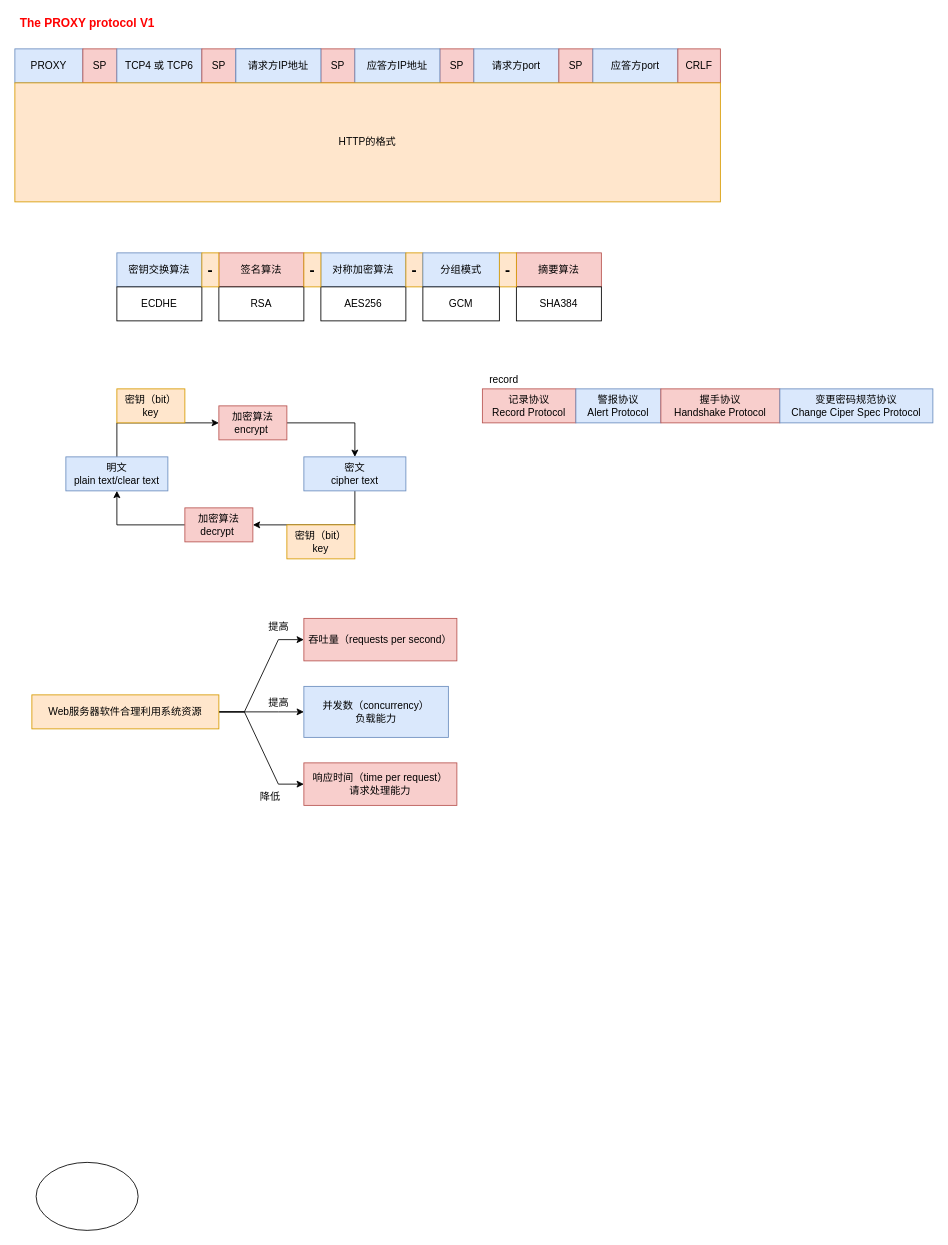
moonlightop/Blog keeps this draw.io diagram as HTTp.drawio. Above is the earlier version. Source tidied: cells renumbered, new cells numbered last; positions are measured from the earlier drawing's top-left corner, leaving out a move shared by most shapes. Both pictures are drawn from the tidied source at 85%, with x=0, y=0 at pixel (14, 14).
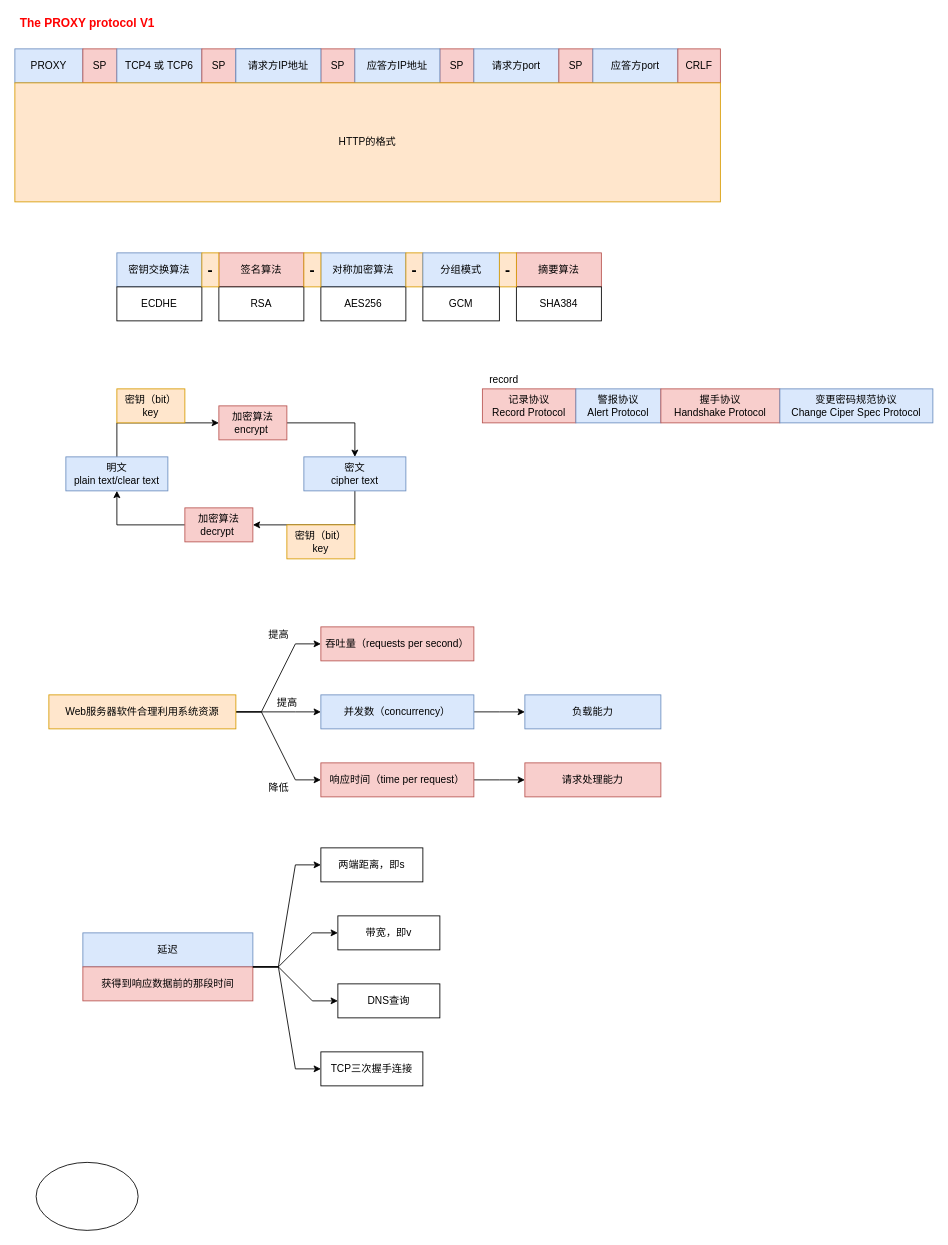
Above is the later version.

What changed in the source:
```diff
@@
     <mxCell id="47" value="吞吐量（requests per second）" style="rounded=0;whiteSpace=wrap;html=1;fillColor=#f8cecc;strokeColor=#b85450;" parent="1" vertex="1">
-      <mxGeometry x="340" y="710" width="180" height="50" as="geometry" />
+      <mxGeometry x="360" y="720" width="180" height="40" as="geometry" />
     </mxCell>
+    <mxCell id="57" style="edgeStyle=entityRelationEdgeStyle;rounded=0;jettySize=auto;html=1;entryX=0;entryY=0.5;entryDx=0;entryDy=0;" parent="1" edge="1" source="48" target="60">
+      <mxGeometry relative="1" as="geometry" />
+    </mxCell>
-    <mxCell id="48" value="并发数（concurrency）&lt;br&gt;负载能力" style="rounded=0;whiteSpace=wrap;html=1;fillColor=#dae8fc;strokeColor=#6c8ebf;" parent="1" vertex="1">
-      <mxGeometry x="340" y="790" width="170" height="60" as="geometry" />
+    <mxCell id="48" value="并发数（concurrency）" style="rounded=0;whiteSpace=wrap;html=1;fillColor=#dae8fc;strokeColor=#6c8ebf;" parent="1" vertex="1">
+      <mxGeometry x="360" y="800" width="180" height="40" as="geometry" />
     </mxCell>
+    <mxCell id="58" style="edgeStyle=entityRelationEdgeStyle;rounded=0;jettySize=auto;html=1;" parent="1" edge="1" source="49" target="59">
+      <mxGeometry relative="1" as="geometry" />
+    </mxCell>
-    <mxCell id="49" value="响应时间（time per request）&lt;br&gt;请求处理能力" style="rounded=0;whiteSpace=wrap;html=1;fillColor=#f8cecc;strokeColor=#b85450;" parent="1" vertex="1">
-      <mxGeometry x="340" y="880" width="180" height="50" as="geometry" />
+    <mxCell id="49" value="响应时间（time per request）" style="rounded=0;whiteSpace=wrap;html=1;fillColor=#f8cecc;strokeColor=#b85450;" parent="1" vertex="1">
+      <mxGeometry x="360" y="880" width="180" height="40" as="geometry" />
     </mxCell>
@@
     <mxCell id="53" value="Web服务器软件合理利用系统资源" style="rounded=0;whiteSpace=wrap;html=1;fillColor=#ffe6cc;strokeColor=#d79b00;" parent="1" vertex="1">
-      <mxGeometry x="20" y="800" width="220" height="40" as="geometry" />
+      <mxGeometry x="40" y="800" width="220" height="40" as="geometry" />
     </mxCell>
     <mxCell id="54" value="提高" style="text;html=1;align=center;verticalAlign=middle;strokeColor=none;" parent="1" vertex="1">
-      <mxGeometry x="290" y="710" width="40" height="20" as="geometry" />
+      <mxGeometry x="290" y="720" width="40" height="20" as="geometry" />
     </mxCell>
     <mxCell id="55" value="提高" style="text;html=1;align=center;verticalAlign=middle;strokeColor=none;" parent="1" vertex="1">
-      <mxGeometry x="290" y="800" width="40" height="20" as="geometry" />
+      <mxGeometry x="300" y="800" width="40" height="20" as="geometry" />
     </mxCell>
     <mxCell id="56" value="降低" style="text;html=1;align=center;verticalAlign=middle;strokeColor=none;" parent="1" vertex="1">
-      <mxGeometry x="280" y="910" width="40" height="20" as="geometry" />
+      <mxGeometry x="290" y="900" width="40" height="20" as="geometry" />
     </mxCell>
+    <mxCell id="59" value="请求处理能力" style="rounded=0;whiteSpace=wrap;html=1;fillColor=#f8cecc;strokeColor=#b85450;" parent="1" vertex="1">
+      <mxGeometry x="600" y="880" width="160" height="40" as="geometry" />
+    </mxCell>
+    <mxCell id="60" value="负载能力" style="rounded=0;whiteSpace=wrap;html=1;fillColor=#dae8fc;strokeColor=#6c8ebf;" parent="1" vertex="1">
+      <mxGeometry x="600" y="800" width="160" height="40" as="geometry" />
+    </mxCell>
+    <mxCell id="61" style="group;" parent="1" vertex="1">
+      <mxGeometry x="80" y="1080" width="200" height="80" as="geometry" />
+    </mxCell>
+    <mxCell id="62" value="延迟" style="rounded=0;whiteSpace=wrap;html=1;fillColor=#dae8fc;strokeColor=#6c8ebf;" parent="61" vertex="1">
+      <mxGeometry width="200" height="40" as="geometry" />
+    </mxCell>
+    <mxCell id="63" value="获得到响应数据前的那段时间" style="rounded=0;whiteSpace=wrap;html=1;fillColor=#f8cecc;strokeColor=#b85450;" parent="61" vertex="1">
+      <mxGeometry y="40" width="200" height="40" as="geometry" />
+    </mxCell>
+    <mxCell id="64" style="edgeStyle=entityRelationEdgeStyle;rounded=0;jettySize=auto;html=1;exitX=1;exitY=0;exitDx=0;exitDy=0;entryX=0;entryY=0.5;entryDx=0;entryDy=0;" parent="1" edge="1" source="63" target="65">
+      <mxGeometry relative="1" as="geometry" />
+    </mxCell>
+    <mxCell id="65" value="两端距离，即s" style="rounded=0;whiteSpace=wrap;html=1;" parent="1" vertex="1">
+      <mxGeometry x="360" y="980" width="120" height="40" as="geometry" />
+    </mxCell>
+    <mxCell id="66" value="带宽，即v" style="rounded=0;whiteSpace=wrap;html=1;" parent="1" vertex="1">
+      <mxGeometry x="380" y="1060" width="120" height="40" as="geometry" />
+    </mxCell>
+    <mxCell id="67" style="edgeStyle=entityRelationEdgeStyle;rounded=0;jettySize=auto;html=1;exitX=1;exitY=0;exitDx=0;exitDy=0;entryX=0;entryY=0.5;entryDx=0;entryDy=0;" parent="1" edge="1" source="63" target="66">
+      <mxGeometry relative="1" as="geometry" />
+    </mxCell>
+    <mxCell id="68" style="edgeStyle=entityRelationEdgeStyle;rounded=0;jettySize=auto;html=1;exitX=1;exitY=0;exitDx=0;exitDy=0;entryX=0;entryY=0.5;entryDx=0;entryDy=0;" parent="1" edge="1" source="63" target="69">
+      <mxGeometry relative="1" as="geometry" />
+    </mxCell>
+    <mxCell id="69" value="DNS查询" style="rounded=0;whiteSpace=wrap;html=1;" parent="1" vertex="1">
+      <mxGeometry x="380" y="1140" width="120" height="40" as="geometry" />
+    </mxCell>
+    <mxCell id="70" value="TCP三次握手连接" style="rounded=0;whiteSpace=wrap;html=1;" parent="1" vertex="1">
+      <mxGeometry x="360" y="1220" width="120" height="40" as="geometry" />
+    </mxCell>
+    <mxCell id="71" style="edgeStyle=entityRelationEdgeStyle;rounded=0;jettySize=auto;html=1;exitX=1;exitY=0;exitDx=0;exitDy=0;entryX=0;entryY=0.5;entryDx=0;entryDy=0;" parent="1" edge="1" source="63" target="70">
+      <mxGeometry relative="1" as="geometry" />
+    </mxCell>
```
